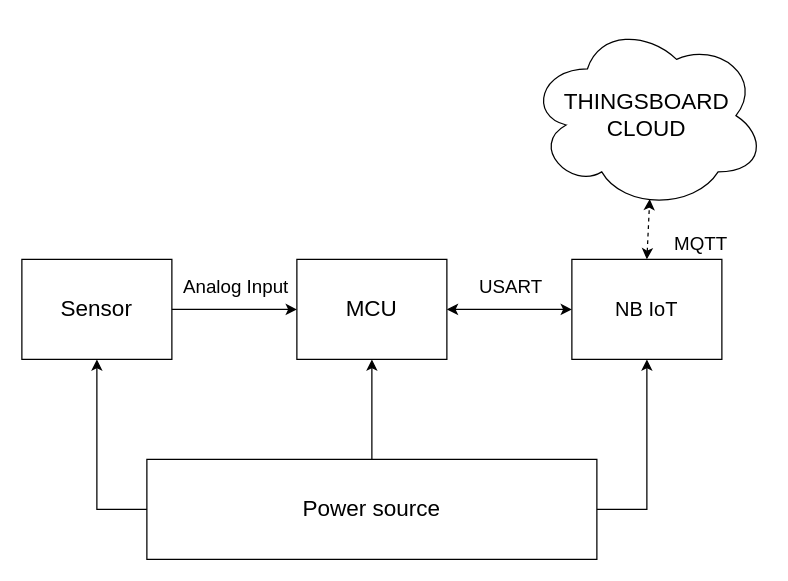
Earlier version of the draw.io diagram Project_overall.drawio (K2ayzz/ForDrawIO). Source tidied: cells renumbered, new cells numbered last; positions are measured from the earlier drawing's top-left corner, leaving out a move shared by most shapes. Both pictures are drawn from the tidied source at 125%, with x=0, y=0 at pixel (21, 21).
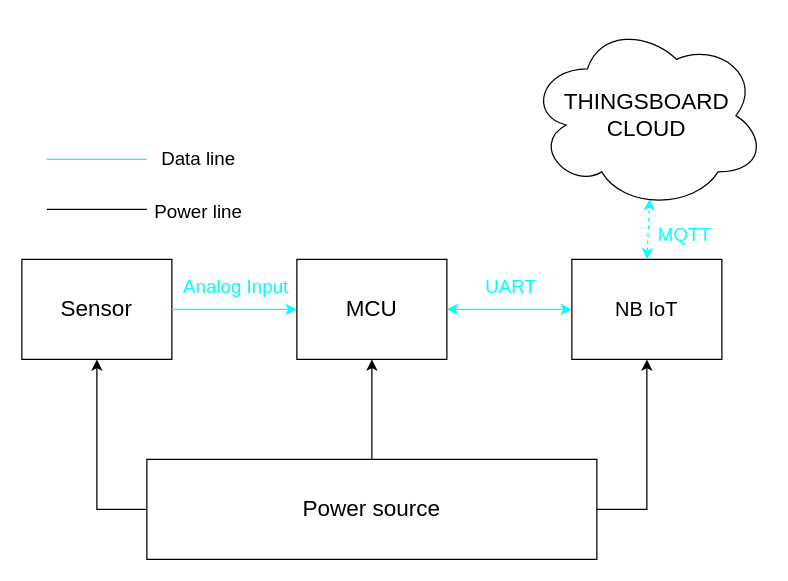
Above is the later version.

Commit message:
Cập nhật Project_overall.drawio

The change refers to these unchanged cells:
```xml
<mxCell id="4" value="&lt;font style=&quot;font-size: 18px;&quot;&gt;Sensor&lt;/font&gt;" style="whiteSpace=wrap;html=1;rounded=0;" parent="1" vertex="1">
  <mxGeometry y="190" width="120" height="80" as="geometry" />
</mxCell>
<mxCell id="5" value="&lt;font style=&quot;font-size: 18px;&quot;&gt;MCU&lt;/font&gt;" style="whiteSpace=wrap;html=1;rounded=0;" parent="1" vertex="1">
  <mxGeometry x="220" y="190" width="120" height="80" as="geometry" />
</mxCell>
<mxCell id="6" value="&lt;font size=&quot;3&quot;&gt;NB IoT&lt;/font&gt;" style="whiteSpace=wrap;html=1;rounded=0;" parent="1" vertex="1">
  <mxGeometry x="440" y="190" width="120" height="80" as="geometry" />
</mxCell>
<mxCell id="8" value="&lt;font style=&quot;font-size: 18px;&quot;&gt;THINGSBOARD&lt;br&gt;CLOUD&lt;/font&gt;" style="ellipse;shape=cloud;whiteSpace=wrap;html=1;rotation=0;" parent="1" vertex="1">
  <mxGeometry x="405" width="190" height="150" as="geometry" />
</mxCell>
```

What changed in the source:
```diff
@@
-    <mxCell id="7" value="&lt;font style=&quot;font-size: 15px;&quot;&gt;MQTT&lt;/font&gt;" style="endArrow=classic;startArrow=classic;html=1;rounded=0;dashed=1;exitX=0.5;exitY=0;exitDx=0;exitDy=0;entryX=0.512;entryY=0.945;entryDx=0;entryDy=0;entryPerimeter=0;fontSize=15;" parent="1" edge="1" source="6" target="8">
-      <mxGeometry x="-0.36" y="-42" relative="1" as="geometry" />
+    <mxCell id="7" value="&lt;font color=&quot;#00ffff&quot; style=&quot;font-size: 15px;&quot;&gt;MQTT&lt;/font&gt;" style="endArrow=classic;startArrow=classic;html=1;rounded=0;dashed=1;exitX=0.5;exitY=0;exitDx=0;exitDy=0;entryX=0.512;entryY=0.945;entryDx=0;entryDy=0;entryPerimeter=0;fontSize=15;strokeColor=#00FFFF;" parent="1" edge="1" source="6" target="8">
+      <mxGeometry x="-0.11" y="-29" relative="1" as="geometry" />
     </mxCell>
@@
-    <mxCell id="11" style="endArrow=classic;html=1;rounded=0;exitX=1;exitY=0.5;exitDx=0;exitDy=0;entryX=0;entryY=0.5;entryDx=0;entryDy=0;" parent="1" edge="1" source="4" target="5">
+    <mxCell id="11" style="endArrow=classic;html=1;rounded=0;exitX=1;exitY=0.5;exitDx=0;exitDy=0;entryX=0;entryY=0.5;entryDx=0;entryDy=0;fillColor=#dae8fc;gradientColor=#7ea6e0;strokeColor=#00FFFF;" parent="1" edge="1" source="4" target="5">
       <mxGeometry relative="1" as="geometry" />
     </mxCell>
-    <mxCell id="12" value="&lt;font style=&quot;font-size: 15px;&quot;&gt;Analog Input&lt;/font&gt;" style="edgeLabel;html=1;align=center;verticalAlign=middle;" parent="11" vertex="1">
+    <mxCell id="12" value="&lt;font style=&quot;font-size: 15px;&quot;&gt;Analog Input&lt;/font&gt;" style="edgeLabel;html=1;align=center;verticalAlign=middle;fontColor=#00FFFF;" parent="11" vertex="1">
       <mxGeometry x="-0.3" y="3" relative="1" as="geometry">
         <mxPoint x="15" y="-17" as="offset" />
       </mxGeometry>
     </mxCell>
-    <mxCell id="13" style="endArrow=classic;startArrow=classic;html=1;rounded=0;entryX=0;entryY=0.5;entryDx=0;entryDy=0;exitX=1;exitY=0.5;exitDx=0;exitDy=0;" parent="1" edge="1" source="5" target="6">
+    <mxCell id="13" style="endArrow=classic;startArrow=classic;html=1;rounded=0;entryX=0;entryY=0.5;entryDx=0;entryDy=0;exitX=1;exitY=0.5;exitDx=0;exitDy=0;strokeColor=#00FFFF;" parent="1" edge="1" source="5" target="6">
       <mxGeometry relative="1" as="geometry" />
     </mxCell>
-    <mxCell id="14" value="USART" style="edgeLabel;html=1;align=center;verticalAlign=middle;fontSize=15;" parent="13" vertex="1">
+    <mxCell id="14" value="UART" style="edgeLabel;html=1;align=center;verticalAlign=middle;fontSize=15;fontColor=#00FFFF;" parent="13" vertex="1">
       <mxGeometry x="0.08" y="-1" relative="1" as="geometry">
         <mxPoint x="-4" y="-21" as="offset" />
       </mxGeometry>
     </mxCell>
+    <mxCell id="15" style="endArrow=none;html=1;rounded=0;strokeColor=#00FFFF;" parent="1" edge="1">
+      <mxGeometry relative="1" as="geometry">
+        <mxPoint x="20" y="110" as="sourcePoint" />
+        <mxPoint x="100" y="110" as="targetPoint" />
+      </mxGeometry>
+    </mxCell>
+    <mxCell id="16" value="Data line" style="edgeLabel;html=1;align=center;verticalAlign=middle;fontSize=15;" parent="15" vertex="1">
+      <mxGeometry x="0.45" y="2" relative="1" as="geometry">
+        <mxPoint x="62" as="offset" />
+      </mxGeometry>
+    </mxCell>
+    <mxCell id="17" style="endArrow=none;html=1;rounded=0;" parent="1" edge="1">
+      <mxGeometry relative="1" as="geometry">
+        <mxPoint x="20" y="150" as="sourcePoint" />
+        <mxPoint x="100" y="150" as="targetPoint" />
+      </mxGeometry>
+    </mxCell>
+    <mxCell id="18" value="Power line" style="edgeLabel;html=1;align=center;verticalAlign=middle;fontSize=15;" parent="17" vertex="1">
+      <mxGeometry x="0.37" y="3" relative="1" as="geometry">
+        <mxPoint x="65" y="3" as="offset" />
+      </mxGeometry>
+    </mxCell>
```
